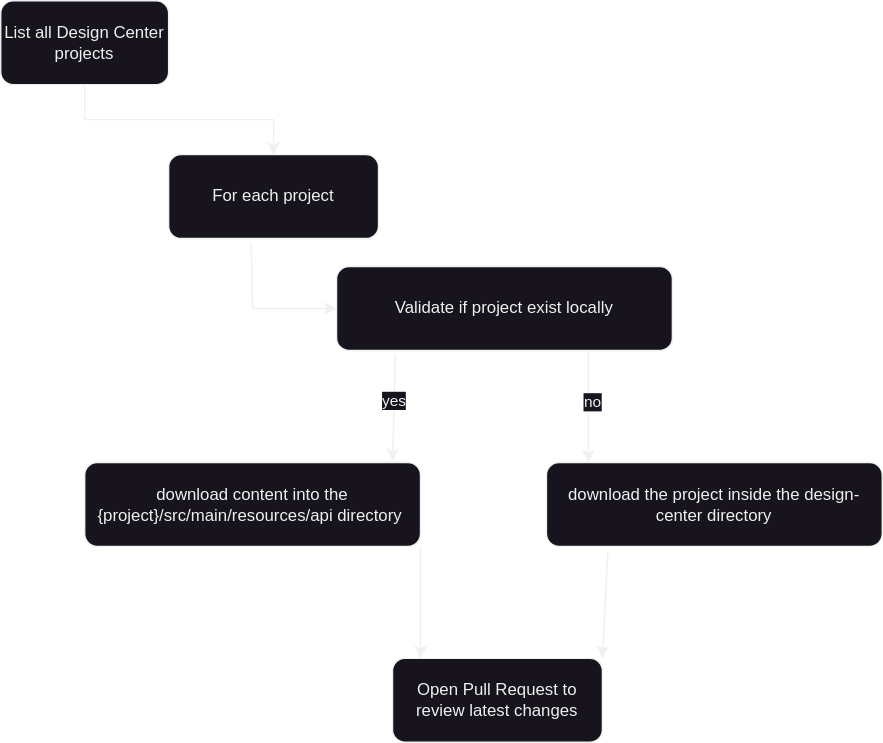
Before: architecture/diagrams/ci-cd-design/pull-from-design-center.svg, a diagram exported from draw.io (RideXpress/docs). Source tidied: cells renumbered, new cells last; positions are measured from the earlier drawing's top-left corner, leaving out a move shared by most shapes. The source it was exported from:
```xml
<mxGraphModel>
  <root>
    <mxCell id="0" />
    <mxCell id="1" parent="0" />
    <mxCell id="2" style="edgeStyle=orthogonalEdgeStyle;rounded=0;jettySize=auto;html=1;" parent="1" edge="1" source="3" target="4">
      <mxGeometry relative="1" as="geometry" />
    </mxCell>
    <mxCell id="3" value="List all Design Center projects" style="rounded=1;whiteSpace=wrap;html=1;" parent="1" vertex="1">
      <mxGeometry width="120" height="60" as="geometry" />
    </mxCell>
    <mxCell id="4" value="For each project" style="rounded=1;whiteSpace=wrap;html=1;" parent="1" vertex="1">
      <mxGeometry x="120" y="110" width="150" height="60" as="geometry" />
    </mxCell>
    <mxCell id="5" value="Validate if project exist locally" style="rounded=1;whiteSpace=wrap;html=1;" parent="1" vertex="1">
      <mxGeometry x="240" y="190" width="240" height="60" as="geometry" />
    </mxCell>
    <mxCell id="6" value="download the project inside the design-center directory" style="rounded=1;whiteSpace=wrap;html=1;" parent="1" vertex="1">
      <mxGeometry x="390" y="330" width="240" height="60" as="geometry" />
    </mxCell>
    <mxCell id="7" value="download content into the {project}/src/main/resources/api directory&amp;nbsp;" style="rounded=1;whiteSpace=wrap;html=1;" parent="1" vertex="1">
      <mxGeometry x="60" y="330" width="240" height="60" as="geometry" />
    </mxCell>
    <mxCell id="8" value="Open Pull Request to review latest changes" style="rounded=1;whiteSpace=wrap;html=1;" parent="1" vertex="1">
      <mxGeometry x="280" y="470" width="150" height="60" as="geometry" />
    </mxCell>
    <mxCell id="9" style="endArrow=classic;html=1;rounded=0;entryX=0;entryY=0.5;entryDx=0;entryDy=0;exitX=0.393;exitY=1.05;exitDx=0;exitDy=0;exitPerimeter=0;" parent="1" edge="1" source="4" target="5">
      <mxGeometry relative="1" as="geometry">
        <Array as="points">
          <mxPoint x="180" y="220" />
        </Array>
      </mxGeometry>
    </mxCell>
    <mxCell id="10" style="endArrow=classic;html=1;rounded=0;exitX=0.175;exitY=1.05;exitDx=0;exitDy=0;entryX=0.917;entryY=-0.017;entryDx=0;entryDy=0;entryPerimeter=0;exitPerimeter=0;" parent="1" edge="1" source="5" target="7">
      <mxGeometry relative="1" as="geometry" />
    </mxCell>
    <mxCell id="11" value="yes" style="edgeLabel;html=1;align=center;verticalAlign=middle;" parent="10" vertex="1">
      <mxGeometry x="-0.13" y="-1" relative="1" as="geometry" />
    </mxCell>
    <mxCell id="12" style="endArrow=classic;html=1;rounded=0;exitX=0.75;exitY=1;exitDx=0;exitDy=0;entryX=0.125;entryY=0;entryDx=0;entryDy=0;entryPerimeter=0;" parent="1" edge="1" source="5" target="6">
      <mxGeometry relative="1" as="geometry" />
    </mxCell>
    <mxCell id="13" value="no" style="edgeLabel;html=1;align=center;verticalAlign=middle;" parent="12" vertex="1">
      <mxGeometry x="-0.1" y="2" relative="1" as="geometry" />
    </mxCell>
    <mxCell id="14" style="endArrow=classic;html=1;rounded=0;exitX=1;exitY=1;exitDx=0;exitDy=0;" parent="1" edge="1" source="7">
      <mxGeometry relative="1" as="geometry">
        <mxPoint x="300" y="470" as="targetPoint" />
      </mxGeometry>
    </mxCell>
    <mxCell id="15" style="endArrow=classic;html=1;rounded=0;entryX=1;entryY=0;entryDx=0;entryDy=0;exitX=0.183;exitY=1.05;exitDx=0;exitDy=0;exitPerimeter=0;" parent="1" edge="1" source="6" target="8">
      <mxGeometry relative="1" as="geometry" />
    </mxCell>
  </root>
</mxGraphModel>
```
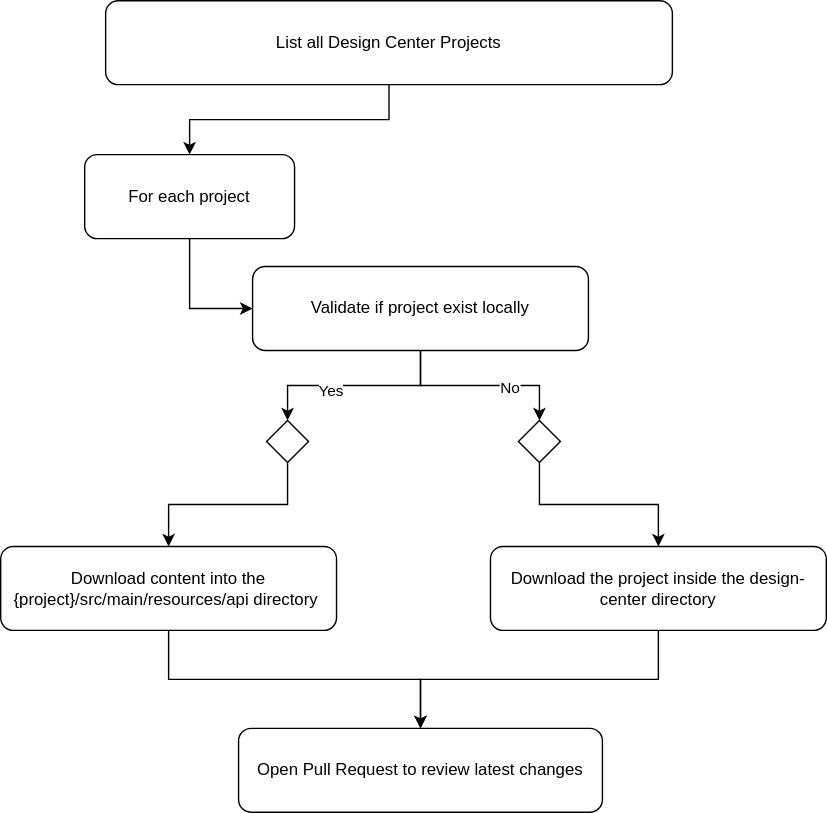
Above is the later version.

The edit, as a diff of the source:
```diff
@@ -5,50 +5,56 @@
     <mxCell id="2" style="edgeStyle=orthogonalEdgeStyle;rounded=0;jettySize=auto;html=1;" parent="1" edge="1" source="3" target="4">
       <mxGeometry relative="1" as="geometry" />
     </mxCell>
-    <mxCell id="3" value="List all Design Center projects" style="rounded=1;whiteSpace=wrap;html=1;" parent="1" vertex="1">
-      <mxGeometry width="120" height="60" as="geometry" />
+    <mxCell id="3" value="List all Design Center Projects" style="rounded=1;whiteSpace=wrap;html=1;" parent="1" vertex="1">
+      <mxGeometry x="135" width="405" height="60" as="geometry" />
     </mxCell>
+    <mxCell id="9" style="edgeStyle=orthogonalEdgeStyle;rounded=0;jettySize=auto;html=1;entryX=0;entryY=0.5;entryDx=0;entryDy=0;" parent="1" edge="1" source="4" target="5">
+      <mxGeometry relative="1" as="geometry" />
+    </mxCell>
     <mxCell id="4" value="For each project" style="rounded=1;whiteSpace=wrap;html=1;" parent="1" vertex="1">
       <mxGeometry x="120" y="110" width="150" height="60" as="geometry" />
     </mxCell>
+    <mxCell id="16" style="edgeStyle=orthogonalEdgeStyle;rounded=0;jettySize=auto;html=1;entryX=0.5;entryY=0;entryDx=0;entryDy=0;" parent="1" edge="1" source="5" target="22">
+      <mxGeometry relative="1" as="geometry" />
+    </mxCell>
+    <mxCell id="17" value="Yes" style="edgeLabel;html=1;align=center;verticalAlign=middle;" parent="16" vertex="1">
+      <mxGeometry x="0.24" y="3" relative="1" as="geometry" />
+    </mxCell>
+    <mxCell id="18" style="edgeStyle=orthogonalEdgeStyle;rounded=0;jettySize=auto;html=1;entryX=0.5;entryY=0;entryDx=0;entryDy=0;" parent="1" edge="1" source="5" target="24">
+      <mxGeometry relative="1" as="geometry" />
+    </mxCell>
+    <mxCell id="19" value="No" style="edgeLabel;html=1;align=center;verticalAlign=middle;" parent="18" vertex="1">
+      <mxGeometry x="0.3" y="-1" relative="1" as="geometry" />
+    </mxCell>
     <mxCell id="5" value="Validate if project exist locally" style="rounded=1;whiteSpace=wrap;html=1;" parent="1" vertex="1">
       <mxGeometry x="240" y="190" width="240" height="60" as="geometry" />
     </mxCell>
+    <mxCell id="15" style="edgeStyle=orthogonalEdgeStyle;rounded=0;jettySize=auto;html=1;" parent="1" edge="1" source="6" target="8">
+      <mxGeometry relative="1" as="geometry" />
+    </mxCell>
-    <mxCell id="6" value="download the project inside the design-center directory" style="rounded=1;whiteSpace=wrap;html=1;" parent="1" vertex="1">
-      <mxGeometry x="390" y="330" width="240" height="60" as="geometry" />
+    <mxCell id="6" value="Download the project inside the design-center directory" style="rounded=1;whiteSpace=wrap;html=1;" parent="1" vertex="1">
+      <mxGeometry x="410" y="390" width="240" height="60" as="geometry" />
     </mxCell>
+    <mxCell id="20" style="edgeStyle=orthogonalEdgeStyle;rounded=0;jettySize=auto;html=1;entryX=0.5;entryY=0;entryDx=0;entryDy=0;" parent="1" edge="1" source="7" target="8">
+      <mxGeometry relative="1" as="geometry" />
+    </mxCell>
-    <mxCell id="7" value="download content into the {project}/src/main/resources/api directory&amp;nbsp;" style="rounded=1;whiteSpace=wrap;html=1;" parent="1" vertex="1">
-      <mxGeometry x="60" y="330" width="240" height="60" as="geometry" />
+    <mxCell id="7" value="Download content into the {project}/src/main/resources/api directory&amp;nbsp;" style="rounded=1;whiteSpace=wrap;html=1;" parent="1" vertex="1">
+      <mxGeometry x="60" y="390" width="240" height="60" as="geometry" />
     </mxCell>
     <mxCell id="8" value="Open Pull Request to review latest changes" style="rounded=1;whiteSpace=wrap;html=1;" parent="1" vertex="1">
-      <mxGeometry x="280" y="470" width="150" height="60" as="geometry" />
+      <mxGeometry x="230" y="520" width="260" height="60" as="geometry" />
     </mxCell>
-    <mxCell id="9" style="endArrow=classic;html=1;rounded=0;entryX=0;entryY=0.5;entryDx=0;entryDy=0;exitX=0.393;exitY=1.05;exitDx=0;exitDy=0;exitPerimeter=0;" parent="1" edge="1" source="4" target="5">
-      <mxGeometry relative="1" as="geometry">
-        <Array as="points">
-          <mxPoint x="180" y="220" />
-        </Array>
-      </mxGeometry>
-    </mxCell>
-    <mxCell id="10" style="endArrow=classic;html=1;rounded=0;exitX=0.175;exitY=1.05;exitDx=0;exitDy=0;entryX=0.917;entryY=-0.017;entryDx=0;entryDy=0;entryPerimeter=0;exitPerimeter=0;" parent="1" edge="1" source="5" target="7">
-      <mxGeometry relative="1" as="geometry" />
-    </mxCell>
-    <mxCell id="11" value="yes" style="edgeLabel;html=1;align=center;verticalAlign=middle;" parent="10" vertex="1">
-      <mxGeometry x="-0.13" y="-1" relative="1" as="geometry" />
-    </mxCell>
-    <mxCell id="12" style="endArrow=classic;html=1;rounded=0;exitX=0.75;exitY=1;exitDx=0;exitDy=0;entryX=0.125;entryY=0;entryDx=0;entryDy=0;entryPerimeter=0;" parent="1" edge="1" source="5" target="6">
-      <mxGeometry relative="1" as="geometry" />
-    </mxCell>
-    <mxCell id="13" value="no" style="edgeLabel;html=1;align=center;verticalAlign=middle;" parent="12" vertex="1">
-      <mxGeometry x="-0.1" y="2" relative="1" as="geometry" />
-    </mxCell>
-    <mxCell id="14" style="endArrow=classic;html=1;rounded=0;exitX=1;exitY=1;exitDx=0;exitDy=0;" parent="1" edge="1" source="7">
-      <mxGeometry relative="1" as="geometry">
-        <mxPoint x="300" y="470" as="targetPoint" />
-      </mxGeometry>
-    </mxCell>
-    <mxCell id="15" style="endArrow=classic;html=1;rounded=0;entryX=1;entryY=0;entryDx=0;entryDy=0;exitX=0.183;exitY=1.05;exitDx=0;exitDy=0;exitPerimeter=0;" parent="1" edge="1" source="6" target="8">
-      <mxGeometry relative="1" as="geometry" />
-    </mxCell>
+    <mxCell id="21" style="edgeStyle=orthogonalEdgeStyle;rounded=0;jettySize=auto;html=1;" parent="1" edge="1" source="22" target="7">
+      <mxGeometry relative="1" as="geometry" />
+    </mxCell>
+    <mxCell id="22" style="rhombus;whiteSpace=wrap;html=1;" parent="1" vertex="1">
+      <mxGeometry x="250" y="300" width="30" height="30" as="geometry" />
+    </mxCell>
+    <mxCell id="23" style="edgeStyle=orthogonalEdgeStyle;rounded=0;jettySize=auto;html=1;" parent="1" edge="1" source="24" target="6">
+      <mxGeometry relative="1" as="geometry" />
+    </mxCell>
+    <mxCell id="24" style="rhombus;whiteSpace=wrap;html=1;" parent="1" vertex="1">
+      <mxGeometry x="430" y="300" width="30" height="30" as="geometry" />
+    </mxCell>
   </root>
 </mxGraphModel>
```
